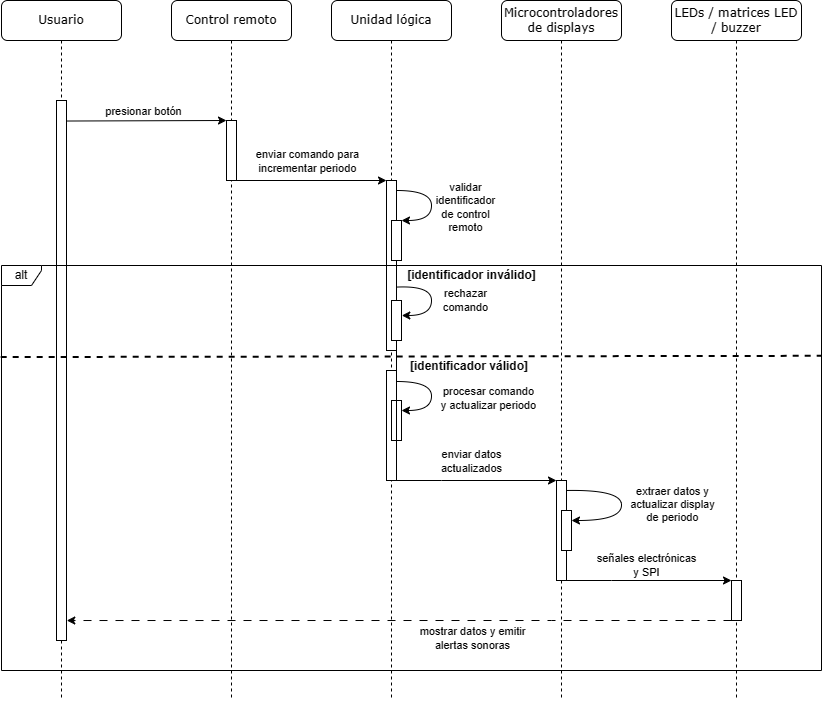
The draw.io diagram Design/UML/Seq and Act/Machine/cm7-seq.png in Diego-Hiriart/Capstone_Hiriart-Corales-Samaniego, before a commit. Source tidied: cells renumbered, new cells last; positions are measured from the earlier drawing's top-left corner, leaving out a move shared by most shapes. Source of this version:
```xml
<mxGraphModel>
  <root>
    <mxCell id="0" />
    <mxCell id="1" parent="0" />
    <mxCell id="2" value="Control remoto" style="shape=umlLifeline;perimeter=lifelinePerimeter;whiteSpace=wrap;html=1;rounded=1;shadow=0;comic=0;labelBackgroundColor=none;strokeWidth=1;fontFamily=Verdana;fontSize=12;align=center;" parent="1" vertex="1">
      <mxGeometry x="170" width="120" height="700" as="geometry" />
    </mxCell>
    <mxCell id="3" style="rounded=0;whiteSpace=wrap;html=1;" parent="2" vertex="1">
      <mxGeometry x="55" y="120" width="10" height="60" as="geometry" />
    </mxCell>
    <mxCell id="4" value="Unidad lógica" style="shape=umlLifeline;perimeter=lifelinePerimeter;whiteSpace=wrap;html=1;rounded=1;shadow=0;comic=0;labelBackgroundColor=none;strokeWidth=1;fontFamily=Verdana;fontSize=12;align=center;" parent="1" vertex="1">
      <mxGeometry x="330" width="120" height="700" as="geometry" />
    </mxCell>
    <mxCell id="5" style="rounded=0;whiteSpace=wrap;html=1;" parent="4" vertex="1">
      <mxGeometry x="55" y="370" width="10" height="110" as="geometry" />
    </mxCell>
    <mxCell id="6" style="rounded=0;whiteSpace=wrap;html=1;" parent="4" vertex="1">
      <mxGeometry x="55" y="180" width="10" height="170" as="geometry" />
    </mxCell>
    <mxCell id="7" style="endArrow=classic;html=1;rounded=0;exitX=1.03;exitY=0.151;exitDx=0;exitDy=0;edgeStyle=orthogonalEdgeStyle;curved=1;entryX=1;entryY=0;entryDx=0;entryDy=0;exitPerimeter=0;" parent="4" edge="1" target="9">
      <mxGeometry relative="1" as="geometry">
        <mxPoint x="65.1" y="190" as="sourcePoint" />
        <Array as="points">
          <mxPoint x="100" y="190" />
          <mxPoint x="100" y="220" />
        </Array>
      </mxGeometry>
    </mxCell>
    <mxCell id="8" value="validar &lt;br&gt;identificador&lt;br&gt;de control&lt;br&gt;remoto" style="edgeLabel;html=1;align=center;verticalAlign=middle;" parent="7" vertex="1">
      <mxGeometry x="-0.13" y="-1" relative="1" as="geometry">
        <mxPoint x="34" y="9" as="offset" />
      </mxGeometry>
    </mxCell>
    <mxCell id="9" style="rounded=0;whiteSpace=wrap;html=1;" parent="4" vertex="1">
      <mxGeometry x="60" y="220" width="10" height="40" as="geometry" />
    </mxCell>
    <mxCell id="10" value="[identificador inválido]" style="text;html=1;strokeColor=none;fillColor=none;align=center;verticalAlign=middle;whiteSpace=wrap;rounded=0;fontStyle=1;" parent="4" vertex="1">
      <mxGeometry x="74.5" y="265" width="131" height="20" as="geometry" />
    </mxCell>
    <mxCell id="11" value="[identificador válido]" style="text;html=1;strokeColor=none;fillColor=none;align=center;verticalAlign=middle;whiteSpace=wrap;rounded=0;fontStyle=1;" parent="4" vertex="1">
      <mxGeometry x="74.5" y="356" width="128.1" height="20" as="geometry" />
    </mxCell>
    <mxCell id="12" style="rounded=0;whiteSpace=wrap;html=1;" parent="4" vertex="1">
      <mxGeometry x="60" y="300" width="10" height="40" as="geometry" />
    </mxCell>
    <mxCell id="13" style="endArrow=classic;html=1;rounded=0;exitX=1.019;exitY=0.627;exitDx=0;exitDy=0;edgeStyle=orthogonalEdgeStyle;curved=1;entryX=1.032;entryY=0.375;entryDx=0;entryDy=0;entryPerimeter=0;exitPerimeter=0;" parent="4" edge="1" source="6" target="12">
      <mxGeometry relative="1" as="geometry">
        <Array as="points">
          <mxPoint x="65" y="285" />
          <mxPoint x="100" y="285" />
          <mxPoint x="100" y="315" />
        </Array>
      </mxGeometry>
    </mxCell>
    <mxCell id="14" value="rechazar &lt;br&gt;comando" style="edgeLabel;html=1;align=center;verticalAlign=middle;" parent="13" vertex="1">
      <mxGeometry x="-0.13" y="-1" relative="1" as="geometry">
        <mxPoint x="34" y="9" as="offset" />
      </mxGeometry>
    </mxCell>
    <mxCell id="15" style="rounded=0;whiteSpace=wrap;html=1;" parent="4" vertex="1">
      <mxGeometry x="60" y="400" width="10" height="40" as="geometry" />
    </mxCell>
    <mxCell id="16" style="endArrow=classic;html=1;rounded=0;edgeStyle=orthogonalEdgeStyle;curved=1;" parent="4" edge="1" source="5">
      <mxGeometry relative="1" as="geometry">
        <mxPoint x="70" y="410" as="targetPoint" />
        <Array as="points">
          <mxPoint x="100" y="381" />
          <mxPoint x="100" y="410" />
        </Array>
      </mxGeometry>
    </mxCell>
    <mxCell id="17" value="procesar comando&lt;br&gt;y actualizar periodo" style="edgeLabel;html=1;align=center;verticalAlign=middle;" parent="16" vertex="1">
      <mxGeometry x="-0.13" y="-1" relative="1" as="geometry">
        <mxPoint x="57" y="11" as="offset" />
      </mxGeometry>
    </mxCell>
    <mxCell id="18" value="Microcontroladores de displays" style="shape=umlLifeline;perimeter=lifelinePerimeter;whiteSpace=wrap;html=1;rounded=1;shadow=0;comic=0;labelBackgroundColor=none;strokeWidth=1;fontFamily=Verdana;fontSize=12;align=center;size=40;" parent="1" vertex="1">
      <mxGeometry x="500" width="120" height="700" as="geometry" />
    </mxCell>
    <mxCell id="19" value="LEDs / matrices LED / buzzer" style="shape=umlLifeline;perimeter=lifelinePerimeter;whiteSpace=wrap;html=1;rounded=1;shadow=0;comic=0;labelBackgroundColor=none;strokeWidth=1;fontFamily=Verdana;fontSize=12;align=center;" parent="1" vertex="1">
      <mxGeometry x="670" width="130" height="700" as="geometry" />
    </mxCell>
    <mxCell id="20" value="Usuario" style="shape=umlLifeline;perimeter=lifelinePerimeter;whiteSpace=wrap;html=1;rounded=1;shadow=0;comic=0;labelBackgroundColor=none;strokeWidth=1;fontFamily=Verdana;fontSize=12;align=center;" parent="1" vertex="1">
      <mxGeometry width="120" height="700" as="geometry" />
    </mxCell>
    <mxCell id="21" style="rounded=0;whiteSpace=wrap;html=1;" parent="20" vertex="1">
      <mxGeometry x="55" y="100" width="10" height="540" as="geometry" />
    </mxCell>
    <mxCell id="22" style="endArrow=classic;html=1;rounded=0;exitX=1.032;exitY=0.038;exitDx=0;exitDy=0;exitPerimeter=0;entryX=0;entryY=0;entryDx=0;entryDy=0;" parent="1" edge="1" source="21" target="3">
      <mxGeometry relative="1" as="geometry" />
    </mxCell>
    <mxCell id="23" value="presionar botón" style="edgeLabel;html=1;align=center;verticalAlign=middle;" parent="22" vertex="1">
      <mxGeometry x="-0.13" y="-1" relative="1" as="geometry">
        <mxPoint x="6" y="-11" as="offset" />
      </mxGeometry>
    </mxCell>
    <mxCell id="24" style="endArrow=classic;html=1;rounded=0;exitX=1;exitY=1;exitDx=0;exitDy=0;entryX=0;entryY=0;entryDx=0;entryDy=0;" parent="1" edge="1" source="3" target="6">
      <mxGeometry relative="1" as="geometry" />
    </mxCell>
    <mxCell id="25" value="enviar comando para&lt;br&gt;incrementar periodo" style="edgeLabel;html=1;align=center;verticalAlign=middle;" parent="24" vertex="1">
      <mxGeometry x="-0.13" y="-1" relative="1" as="geometry">
        <mxPoint x="6" y="-21" as="offset" />
      </mxGeometry>
    </mxCell>
    <mxCell id="26" value="alt" style="shape=umlFrame;whiteSpace=wrap;html=1;width=40;height=20;" parent="1" vertex="1">
      <mxGeometry y="265" width="820" height="405" as="geometry" />
    </mxCell>
    <mxCell id="27" style="edgeStyle=orthogonalEdgeStyle;rounded=0;jettySize=auto;html=1;exitX=1;exitY=1;exitDx=0;exitDy=0;entryX=0;entryY=0;entryDx=0;entryDy=0;" parent="1" edge="1" source="29" target="37">
      <mxGeometry relative="1" as="geometry">
        <Array as="points">
          <mxPoint x="610" y="580" />
          <mxPoint x="610" y="580" />
        </Array>
      </mxGeometry>
    </mxCell>
    <mxCell id="28" value="señales electrónicas &lt;br&gt;y SPI" style="edgeLabel;html=1;align=center;verticalAlign=middle;" parent="27" vertex="1">
      <mxGeometry x="-0.18" y="-2" relative="1" as="geometry">
        <mxPoint x="11" y="-18" as="offset" />
      </mxGeometry>
    </mxCell>
    <mxCell id="29" style="rounded=0;whiteSpace=wrap;html=1;" parent="1" vertex="1">
      <mxGeometry x="555" y="480" width="10" height="100" as="geometry" />
    </mxCell>
    <mxCell id="30" style="edgeStyle=orthogonalEdgeStyle;rounded=0;jettySize=auto;html=1;exitX=1;exitY=1;exitDx=0;exitDy=0;entryX=0;entryY=0;entryDx=0;entryDy=0;" parent="1" edge="1" source="6" target="29">
      <mxGeometry relative="1" as="geometry">
        <Array as="points">
          <mxPoint x="440" y="480" />
          <mxPoint x="440" y="480" />
        </Array>
      </mxGeometry>
    </mxCell>
    <mxCell id="31" value="enviar datos &lt;br&gt;actualizados" style="edgeLabel;html=1;align=center;verticalAlign=middle;" parent="30" vertex="1">
      <mxGeometry x="-0.1" relative="1" as="geometry">
        <mxPoint x="74" y="-20" as="offset" />
      </mxGeometry>
    </mxCell>
    <mxCell id="32" style="rounded=0;whiteSpace=wrap;html=1;" parent="1" vertex="1">
      <mxGeometry x="560" y="510" width="10" height="40" as="geometry" />
    </mxCell>
    <mxCell id="33" style="endArrow=classic;html=1;rounded=0;edgeStyle=orthogonalEdgeStyle;curved=1;entryX=1;entryY=0.25;entryDx=0;entryDy=0;" parent="1" edge="1" target="32">
      <mxGeometry relative="1" as="geometry">
        <mxPoint x="565" y="490" as="sourcePoint" />
        <Array as="points">
          <mxPoint x="620" y="489" />
          <mxPoint x="620" y="520" />
        </Array>
      </mxGeometry>
    </mxCell>
    <mxCell id="34" value="extraer datos y &lt;br&gt;actualizar display&lt;br&gt;de periodo" style="edgeLabel;html=1;align=center;verticalAlign=middle;" parent="33" vertex="1">
      <mxGeometry x="-0.13" y="-1" relative="1" as="geometry">
        <mxPoint x="51" y="11" as="offset" />
      </mxGeometry>
    </mxCell>
    <mxCell id="35" style="edgeStyle=orthogonalEdgeStyle;rounded=0;jettySize=auto;html=1;exitX=0;exitY=1;exitDx=0;exitDy=0;entryX=1.028;entryY=0.963;entryDx=0;entryDy=0;entryPerimeter=0;dashed=1;dashPattern=8 8;" parent="1" edge="1" source="37" target="21">
      <mxGeometry relative="1" as="geometry">
        <Array as="points">
          <mxPoint x="550" y="620" />
          <mxPoint x="550" y="620" />
        </Array>
      </mxGeometry>
    </mxCell>
    <mxCell id="36" value="mostrar datos y emitir &lt;br&gt;alertas sonoras" style="edgeLabel;html=1;align=center;verticalAlign=middle;" parent="35" vertex="1">
      <mxGeometry x="-0.3" relative="1" as="geometry">
        <mxPoint x="-26" y="17" as="offset" />
      </mxGeometry>
    </mxCell>
    <mxCell id="37" style="rounded=0;whiteSpace=wrap;html=1;" parent="1" vertex="1">
      <mxGeometry x="730" y="580" width="10" height="40" as="geometry" />
    </mxCell>
    <mxCell id="38" style="endArrow=none;dashed=1;html=1;strokeWidth=2;rounded=0;exitX=-0.001;exitY=0.226;exitDx=0;exitDy=0;exitPerimeter=0;entryX=1;entryY=0.223;entryDx=0;entryDy=0;entryPerimeter=0;" parent="1" edge="1" source="26" target="26">
      <mxGeometry relative="1" as="geometry" />
    </mxCell>
  </root>
</mxGraphModel>
```
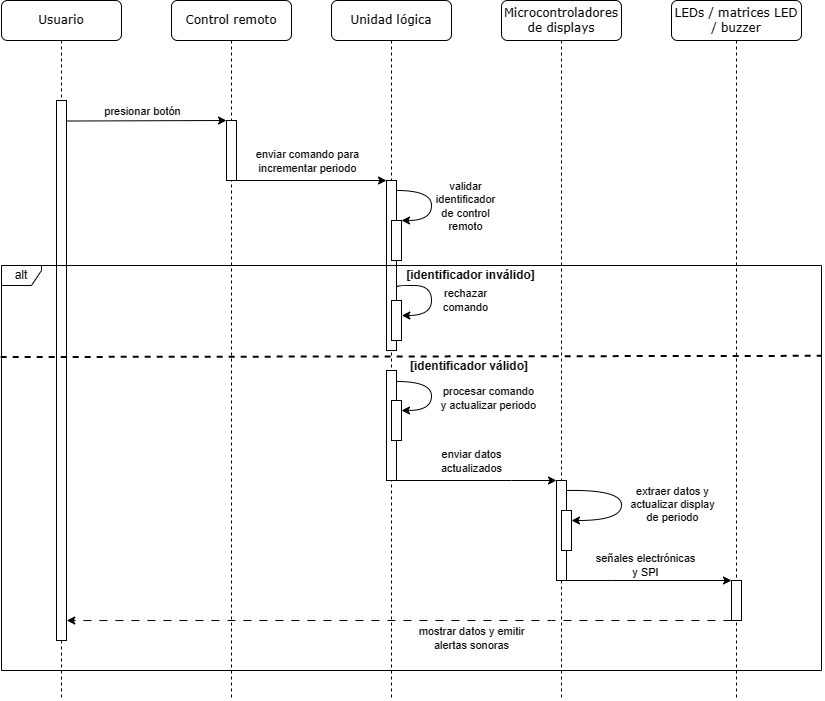
After the change.

Change to the diagram source:
```diff
@@ -57,9 +57,6 @@
         <mxPoint x="34" y="9" as="offset" />
       </mxGeometry>
     </mxCell>
-    <mxCell id="15" style="rounded=0;whiteSpace=wrap;html=1;" parent="4" vertex="1">
-      <mxGeometry x="60" y="400" width="10" height="40" as="geometry" />
-    </mxCell>
     <mxCell id="16" style="endArrow=classic;html=1;rounded=0;edgeStyle=orthogonalEdgeStyle;curved=1;" parent="4" edge="1" source="5">
       <mxGeometry relative="1" as="geometry">
         <mxPoint x="70" y="410" as="targetPoint" />
@@ -121,17 +118,17 @@
     <mxCell id="29" style="rounded=0;whiteSpace=wrap;html=1;" parent="1" vertex="1">
       <mxGeometry x="555" y="480" width="10" height="100" as="geometry" />
     </mxCell>
-    <mxCell id="30" style="edgeStyle=orthogonalEdgeStyle;rounded=0;jettySize=auto;html=1;exitX=1;exitY=1;exitDx=0;exitDy=0;entryX=0;entryY=0;entryDx=0;entryDy=0;" parent="1" edge="1" source="6" target="29">
+    <mxCell id="30" style="edgeStyle=orthogonalEdgeStyle;rounded=0;jettySize=auto;html=1;exitX=1;exitY=1;exitDx=0;exitDy=0;entryX=0;entryY=0;entryDx=0;entryDy=0;" parent="1" edge="1" source="5" target="29">
       <mxGeometry relative="1" as="geometry">
         <Array as="points">
-          <mxPoint x="440" y="480" />
-          <mxPoint x="440" y="480" />
+          <mxPoint x="510" y="480" />
+          <mxPoint x="510" y="480" />
         </Array>
       </mxGeometry>
     </mxCell>
     <mxCell id="31" value="enviar datos &lt;br&gt;actualizados" style="edgeLabel;html=1;align=center;verticalAlign=middle;" parent="30" vertex="1">
       <mxGeometry x="-0.1" relative="1" as="geometry">
-        <mxPoint x="74" y="-20" as="offset" />
+        <mxPoint x="3" y="-20" as="offset" />
       </mxGeometry>
     </mxCell>
     <mxCell id="32" style="rounded=0;whiteSpace=wrap;html=1;" parent="1" vertex="1">
@@ -170,5 +167,8 @@
     <mxCell id="38" style="endArrow=none;dashed=1;html=1;strokeWidth=2;rounded=0;exitX=-0.001;exitY=0.226;exitDx=0;exitDy=0;exitPerimeter=0;entryX=1;entryY=0.223;entryDx=0;entryDy=0;entryPerimeter=0;" parent="1" edge="1" source="26" target="26">
       <mxGeometry relative="1" as="geometry" />
     </mxCell>
+    <mxCell id="15" style="rounded=0;whiteSpace=wrap;html=1;" parent="1" vertex="1">
+      <mxGeometry x="390" y="400" width="10" height="40" as="geometry" />
+    </mxCell>
   </root>
 </mxGraphModel>
```
